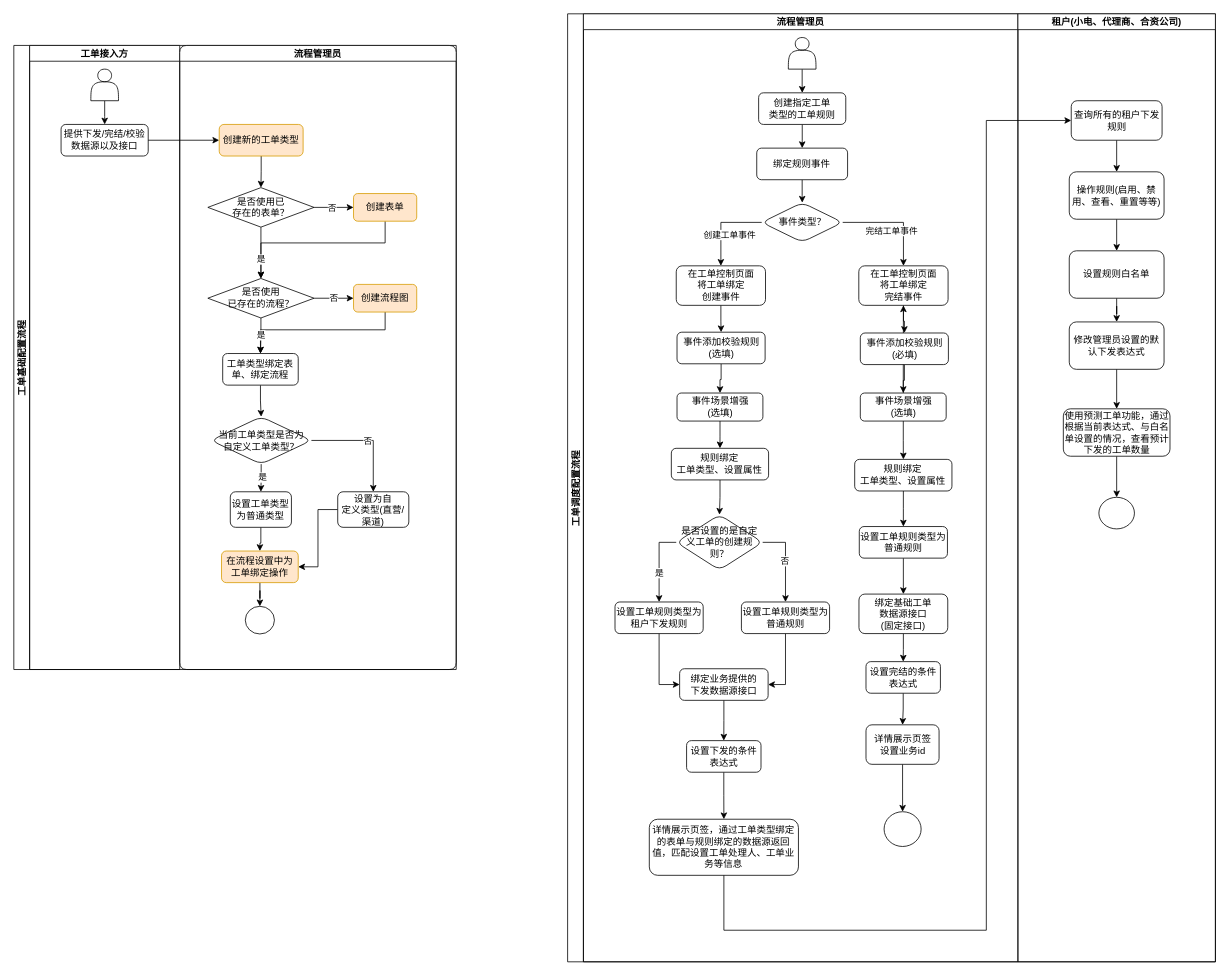
The draw.io diagram 工单配置流程.drawio in 330129161/draw.io, before the edit. Source tidied: cells renumbered, new cells numbered last; positions are measured from the earlier drawing's top-left corner, leaving out a move shared by most shapes. Both pictures are drawn from the tidied source at 79%, with x=0, y=0 at pixel (13, 13).
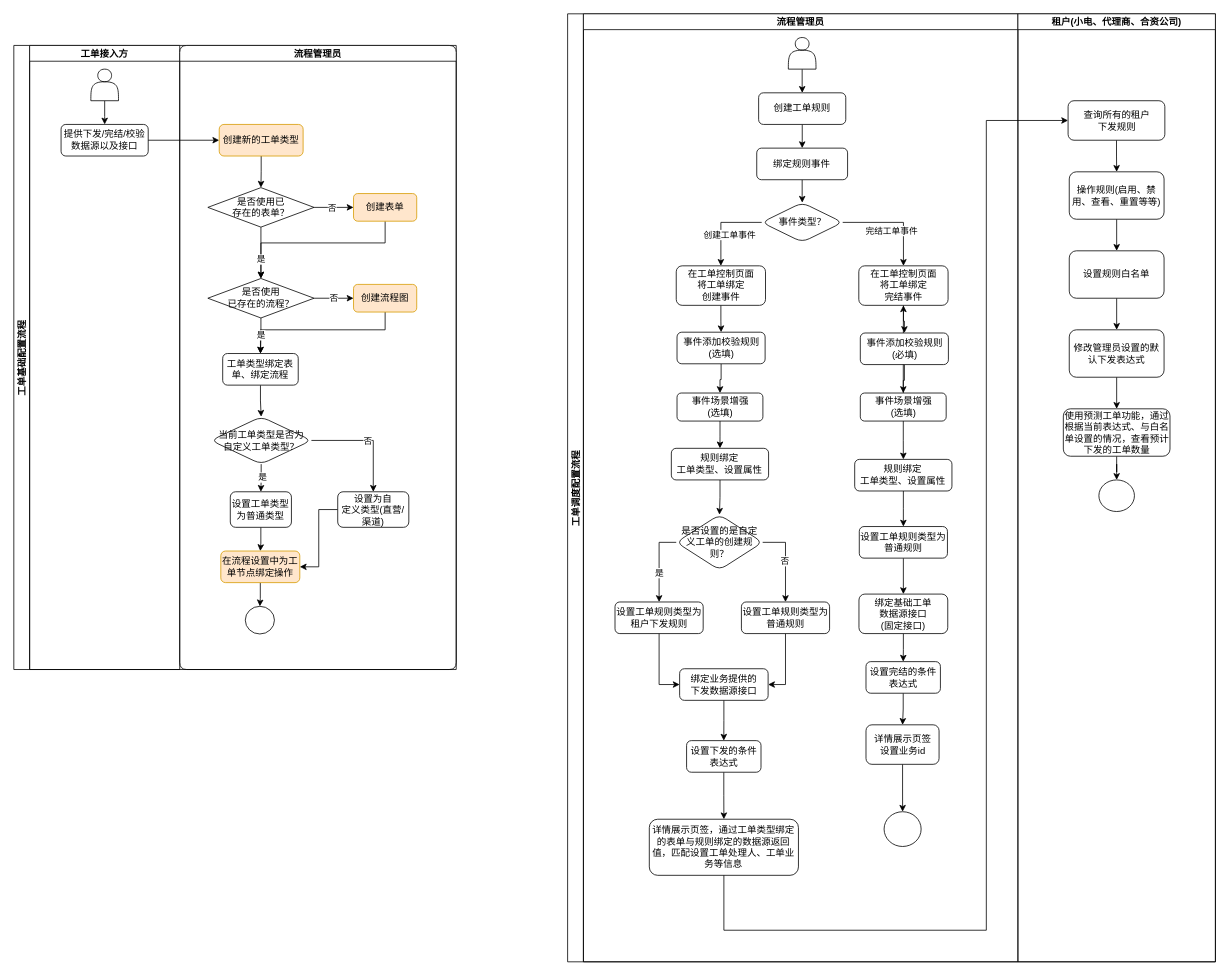
The same page after the edit.

Commit message (it also covers changes not shown here):
更新工单配置流程.drawio

The change refers to these unchanged cells:
```xml
<mxCell id="3" value="流程管理员" style="swimlane;startSize=20;" parent="2" vertex="1">
  <mxGeometry x="20" width="550" height="1200" as="geometry" />
</mxCell>
<mxCell id="55" value="租户(小电、代理商、合资公司)" style="swimlane;startSize=20;" parent="2" vertex="1">
  <mxGeometry x="570" width="250" height="1200" as="geometry" />
</mxCell>
<mxCell id="74" value="流程管理员" style="swimlane;startSize=20;rounded=1;align=center;" parent="68" vertex="1">
  <mxGeometry x="210" width="350" height="790" as="geometry" />
</mxCell>
```

Diff of the diagram source:
```diff
@@
-    <mxCell id="7" value="创建指定工单&lt;br&gt;类型的工单规则" style="rounded=1;whiteSpace=wrap;html=1;" parent="3" vertex="1">
+    <mxCell id="7" value="创建工单规则" style="rounded=1;whiteSpace=wrap;html=1;" parent="3" vertex="1">
       <mxGeometry x="221.8" y="100" width="110.3" height="40" as="geometry" />
     </mxCell>
@@
-    <mxCell id="57" value="查询所有的租户下发规则" style="rounded=1;whiteSpace=wrap;html=1;" parent="55" vertex="1">
-      <mxGeometry x="67.5" y="110" width="115" height="50" as="geometry" />
+    <mxCell id="57" value="查询所有的租户&lt;br&gt;下发规则" style="rounded=1;whiteSpace=wrap;html=1;" parent="55" vertex="1">
+      <mxGeometry x="63.5" y="110" width="122.5" height="50" as="geometry" />
     </mxCell>
@@
     <mxCell id="63" value="修改管理员设置的默认下发表达式" style="whiteSpace=wrap;html=1;rounded=1;" parent="55" vertex="1">
-      <mxGeometry x="65" y="390" width="120" height="60" as="geometry" />
+      <mxGeometry x="65" y="400" width="120" height="60" as="geometry" />
     </mxCell>
@@
     <mxCell id="66" style="ellipse;whiteSpace=wrap;html=1;rounded=1;" parent="55" vertex="1">
-      <mxGeometry x="102.5" y="612" width="45" height="40" as="geometry" />
+      <mxGeometry x="102.5" y="590" width="45" height="40" as="geometry" />
     </mxCell>
@@
-    <mxCell id="93" value="在流程设置中为工单绑定操作" style="whiteSpace=wrap;html=1;rounded=1;fillColor=#ffe6cc;strokeColor=#d79b00;" parent="74" vertex="1">
-      <mxGeometry x="52.9" y="640" width="97.1" height="40" as="geometry" />
+    <mxCell id="93" value="在流程设置中为工单节点绑定操作" style="whiteSpace=wrap;html=1;rounded=1;fillColor=#ffe6cc;strokeColor=#d79b00;" parent="74" vertex="1">
+      <mxGeometry x="52" y="640" width="100" height="40" as="geometry" />
     </mxCell>
```
